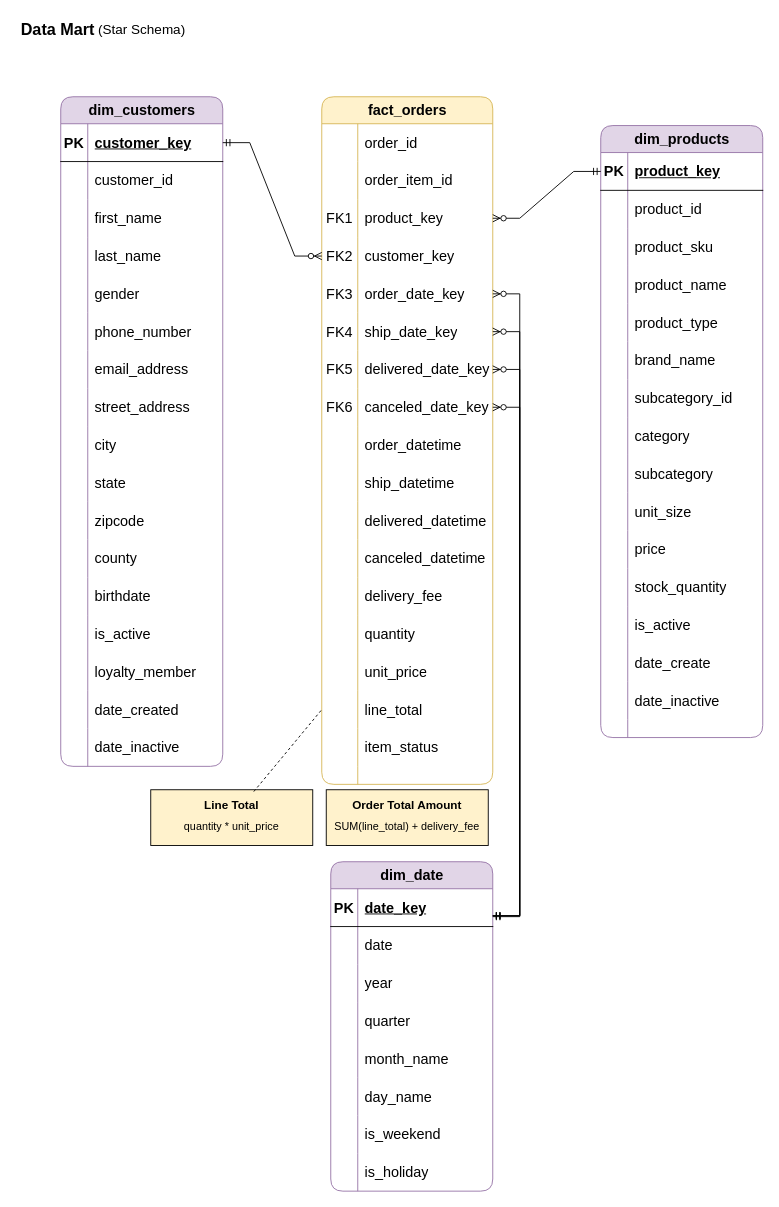
Above: src/draw.io/Star_Schema.drawio in Im-TARO/Tmart (draw.io), before the change. Source tidied: cells renumbered, new cells numbered last; positions are measured from the earlier drawing's top-left corner, leaving out a move shared by most shapes. Both pictures are drawn from the tidied source at 90%, with x=0, y=0 at pixel (15, 15).
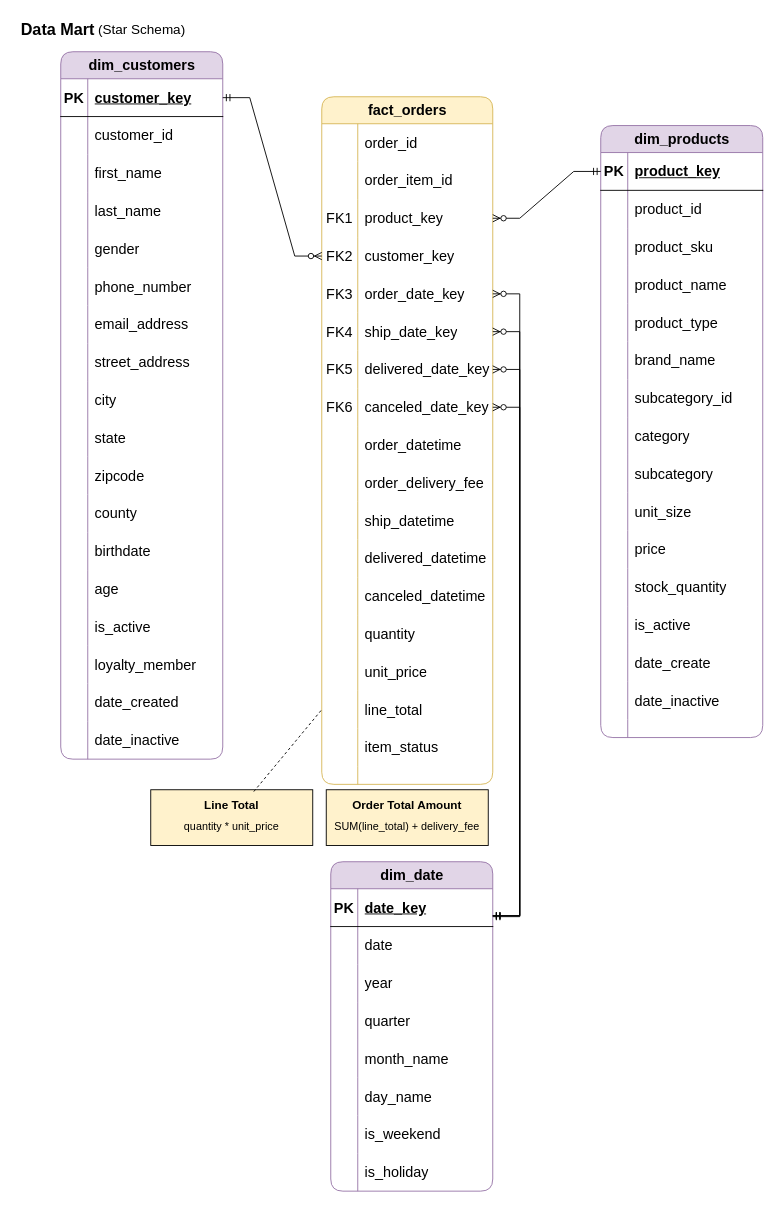
The same page after the edit.

The change refers to these unchanged cells:
```xml
<mxCell id="105" value="fact_orders" style="shape=table;startSize=30;childLayout=tableLayout;rowLines=0;fontStyle=1;align=center;html=1;rounded=1;fontSize=16;fillColor=#fff2cc;strokeColor=#d6b656;" parent="1" vertex="1">
  <mxGeometry x="340" y="90" width="190" height="764" as="geometry" />
</mxCell>
<mxCell id="133" style="shape=tableRow;horizontal=0;startSize=0;swimlaneHead=0;swimlaneBody=0;fillColor=none;top=0;left=0;right=0;bottom=0;fontSize=16;" parent="105" vertex="1">
  <mxGeometry y="408" width="190" height="42" as="geometry" />
</mxCell>
```

The edit, as a diff of the source:
```diff
@@
     <mxCell id="4" value="dim_customers" style="shape=table;startSize=30;childLayout=tableLayout;rowLines=0;fontStyle=1;align=center;html=1;rounded=1;fontSize=16;fillColor=#e1d5e7;strokeColor=#9673a6;" parent="1" vertex="1">
-      <mxGeometry x="50" y="90" width="180" height="744" as="geometry" />
+      <mxGeometry x="50" y="40" width="180" height="786" as="geometry" />
     </mxCell>
@@
+    <mxCell id="195" style="shape=tableRow;horizontal=0;startSize=0;swimlaneHead=0;swimlaneBody=0;fillColor=none;top=0;left=0;right=0;bottom=0;fontSize=16;" parent="4" vertex="1">
+      <mxGeometry y="576" width="180" height="42" as="geometry" />
+    </mxCell>
+    <mxCell id="196" style="shape=partialRectangle;fillColor=none;top=0;left=0;bottom=0;right=0;overflow=hidden;whiteSpace=wrap;html=1;fontSize=16;" parent="195" vertex="1">
+      <mxGeometry width="30" height="42" as="geometry" />
+    </mxCell>
+    <mxCell id="197" value="age" style="shape=partialRectangle;fillColor=none;top=0;left=0;bottom=0;right=0;align=left;spacingLeft=6;overflow=hidden;whiteSpace=wrap;html=1;fontSize=16;" parent="195" vertex="1">
+      <mxGeometry x="30" width="150" height="42" as="geometry" />
+    </mxCell>
     <mxCell id="44" style="shape=tableRow;horizontal=0;startSize=0;swimlaneHead=0;swimlaneBody=0;fillColor=none;top=0;left=0;right=0;bottom=0;fontSize=16;" parent="4" vertex="1">
-      <mxGeometry y="576" width="180" height="42" as="geometry" />
+      <mxGeometry y="618" width="180" height="42" as="geometry" />
     </mxCell>
@@
     <mxCell id="47" style="shape=tableRow;horizontal=0;startSize=0;swimlaneHead=0;swimlaneBody=0;fillColor=none;top=0;left=0;right=0;bottom=0;fontSize=16;" parent="4" vertex="1">
-      <mxGeometry y="618" width="180" height="42" as="geometry" />
+      <mxGeometry y="660" width="180" height="42" as="geometry" />
     </mxCell>
@@
     <mxCell id="50" style="shape=tableRow;horizontal=0;startSize=0;swimlaneHead=0;swimlaneBody=0;fillColor=none;top=0;left=0;right=0;bottom=0;fontSize=16;" parent="4" vertex="1">
-      <mxGeometry y="660" width="180" height="42" as="geometry" />
+      <mxGeometry y="702" width="180" height="42" as="geometry" />
     </mxCell>
@@
     <mxCell id="53" style="shape=tableRow;horizontal=0;startSize=0;swimlaneHead=0;swimlaneBody=0;fillColor=none;top=0;left=0;right=0;bottom=0;fontSize=16;" parent="4" vertex="1">
-      <mxGeometry y="702" width="180" height="42" as="geometry" />
+      <mxGeometry y="744" width="180" height="42" as="geometry" />
     </mxCell>
@@
-    <mxCell id="135" value="ship_datetime" style="shape=partialRectangle;fillColor=none;top=0;left=0;bottom=0;right=0;align=left;spacingLeft=6;overflow=hidden;whiteSpace=wrap;html=1;fontSize=16;" parent="133" vertex="1">
+    <mxCell id="135" value="order_delivery_fee" style="shape=partialRectangle;fillColor=none;top=0;left=0;bottom=0;right=0;align=left;spacingLeft=6;overflow=hidden;whiteSpace=wrap;html=1;fontSize=16;" parent="133" vertex="1">
       <mxGeometry x="40" width="150" height="42" as="geometry" />
     </mxCell>
+    <mxCell id="198" style="shape=tableRow;horizontal=0;startSize=0;swimlaneHead=0;swimlaneBody=0;fillColor=none;top=0;left=0;right=0;bottom=0;fontSize=16;" parent="105" vertex="1">
+      <mxGeometry y="450" width="190" height="42" as="geometry" />
+    </mxCell>
+    <mxCell id="143" style="shape=partialRectangle;fillColor=none;top=0;left=0;bottom=0;right=0;overflow=hidden;whiteSpace=wrap;html=1;fontSize=16;" parent="198" vertex="1">
+      <mxGeometry width="40" height="42" as="geometry" />
+    </mxCell>
+    <mxCell id="199" value="ship_datetime" style="shape=partialRectangle;fillColor=none;top=0;left=0;bottom=0;right=0;align=left;spacingLeft=6;overflow=hidden;whiteSpace=wrap;html=1;fontSize=16;" parent="198" vertex="1">
+      <mxGeometry x="40" width="150" height="42" as="geometry" />
+    </mxCell>
     <mxCell id="136" style="shape=tableRow;horizontal=0;startSize=0;swimlaneHead=0;swimlaneBody=0;fillColor=none;top=0;left=0;right=0;bottom=0;fontSize=16;" parent="105" vertex="1">
-      <mxGeometry y="450" width="190" height="42" as="geometry" />
+      <mxGeometry y="492" width="190" height="42" as="geometry" />
     </mxCell>
@@
     <mxCell id="139" style="shape=tableRow;horizontal=0;startSize=0;swimlaneHead=0;swimlaneBody=0;fillColor=none;top=0;left=0;right=0;bottom=0;fontSize=16;" parent="105" vertex="1">
-      <mxGeometry y="492" width="190" height="42" as="geometry" />
+      <mxGeometry y="534" width="190" height="42" as="geometry" />
     </mxCell>
@@
-    <mxCell id="142" style="shape=tableRow;horizontal=0;startSize=0;swimlaneHead=0;swimlaneBody=0;fillColor=none;top=0;left=0;right=0;bottom=0;fontSize=16;" parent="105" vertex="1">
-      <mxGeometry y="534" width="190" height="42" as="geometry" />
-    </mxCell>
-    <mxCell id="143" style="shape=partialRectangle;fillColor=none;top=0;left=0;bottom=0;right=0;overflow=hidden;whiteSpace=wrap;html=1;fontSize=16;" parent="142" vertex="1">
-      <mxGeometry width="40" height="42" as="geometry" />
-    </mxCell>
-    <mxCell id="144" value="delivery_fee" style="shape=partialRectangle;fillColor=none;top=0;left=0;bottom=0;right=0;align=left;spacingLeft=6;overflow=hidden;whiteSpace=wrap;html=1;fontSize=16;" parent="142" vertex="1">
-      <mxGeometry x="40" width="150" height="42" as="geometry" />
-    </mxCell>
```
